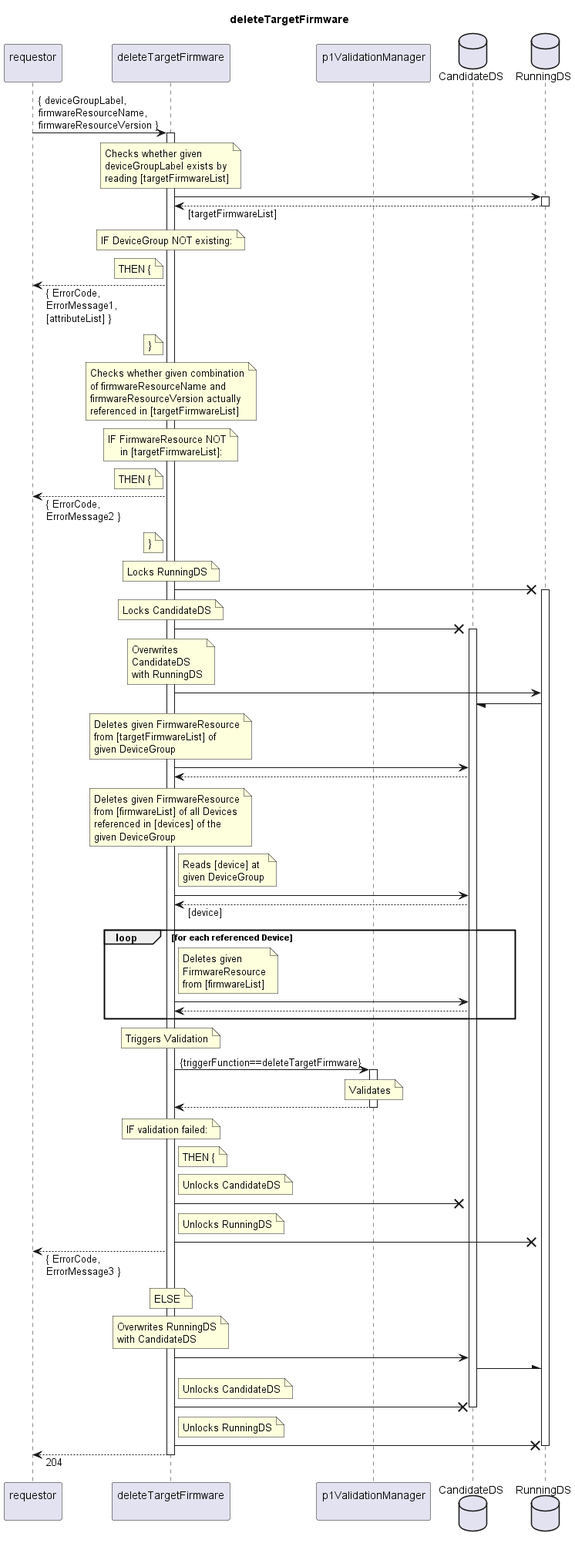
Before: spec/Services/deleteTargetFirmware/1.0.0/deleteTargetFirmware.png, a diagram exported from PlantUML (openBackhaul/FirmWareManager).
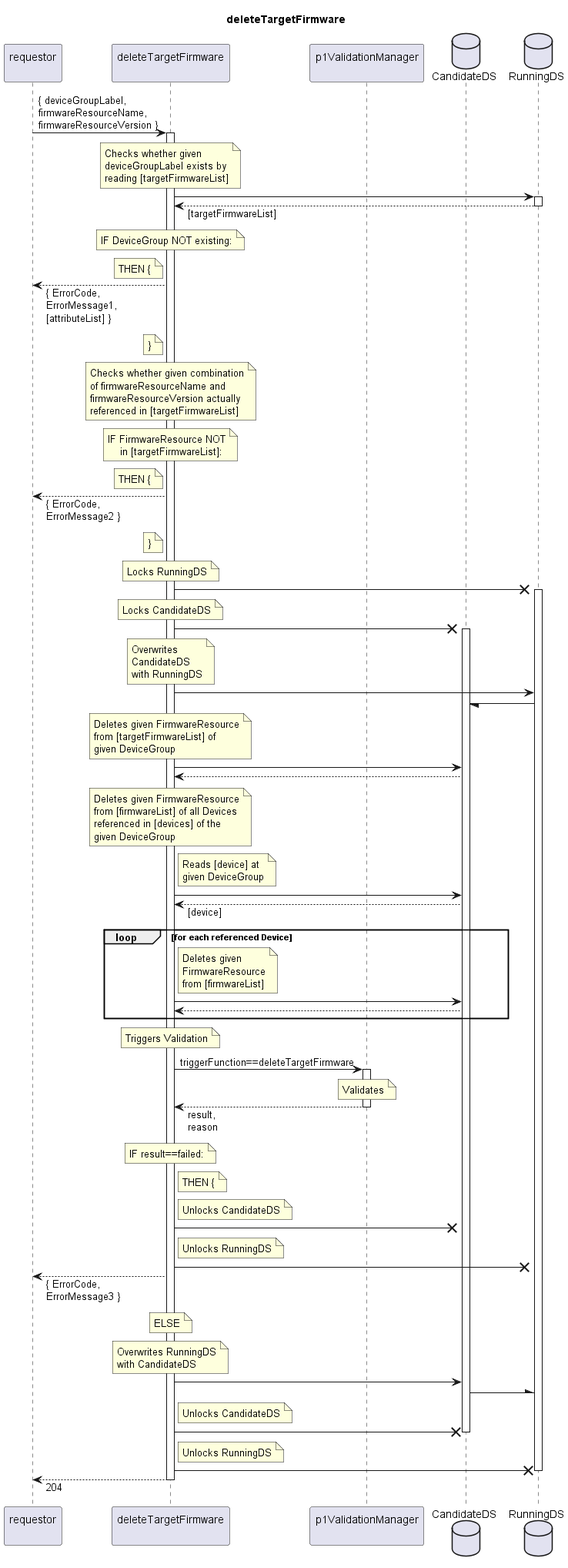
After the change.

Change to the diagram source:
```diff
@@ -103,15 +103,15 @@
   note over indServ
     Triggers Validation
   end note
-  indServ -> valiMan: {triggerFunction==deleteTargetFirmware}
+  indServ -> valiMan: triggerFunction==deleteTargetFirmware
   activate valiMan
     note over valiMan
       Validates
     end note
-  indServ <-- valiMan
+  indServ <-- valiMan: result,\nreason
   deactivate valiMan
   note over indServ
-    IF validation failed:
+    IF result==failed:
   end note
   note right indServ
     THEN {
```
